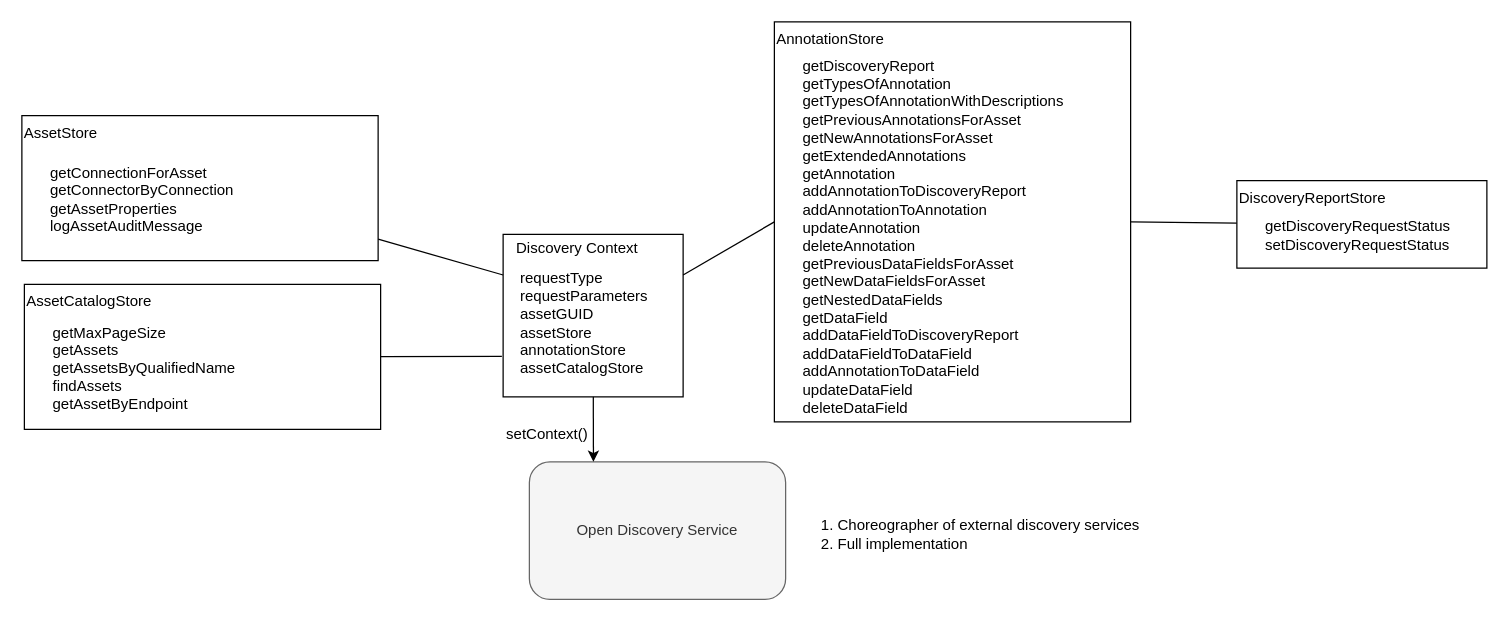
The draw.io diagram page "discovery-context" (6 of 6) of site/docs/frameworks/odf/open-discovery.drawio in odpi/egeria-docs, before the edit. Source tidied: cells renumbered, new cells numbered last; positions are measured from the earlier drawing's top-left corner, leaving out a move shared by most shapes. Both pictures are drawn from the tidied source at 125%, with x=0, y=0 at pixel (21, 21).
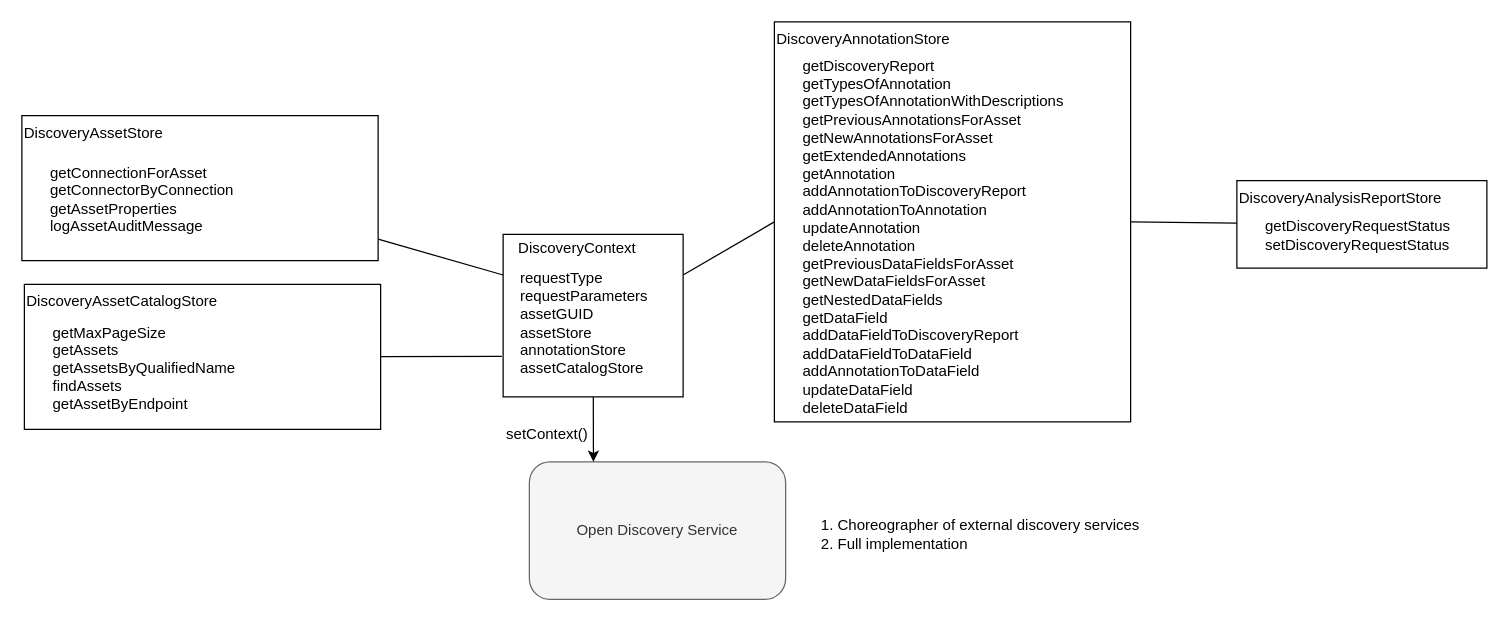
After the change.

The edit, as a diff of the source:
```diff
@@
-    <mxCell id="6" value="Discovery Context" style="text;html=1;align=center;verticalAlign=middle;" parent="1" vertex="1">
+    <mxCell id="6" value="DiscoveryContext" style="text;html=1;align=center;verticalAlign=middle;" parent="1" vertex="1">
       <mxGeometry x="389" y="171" width="110" height="20" as="geometry" />
     </mxCell>
@@
-    <mxCell id="10" value="AssetCatalogStore" style="rounded=0;whiteSpace=wrap;html=1;strokeColor=#000000;strokeWidth=1;align=left;verticalAlign=top;" parent="1" vertex="1">
+    <mxCell id="10" value="DiscoveryAssetCatalogStore" style="rounded=0;whiteSpace=wrap;html=1;strokeColor=#000000;strokeWidth=1;align=left;verticalAlign=top;" parent="1" vertex="1">
       <mxGeometry x="2" y="210" width="285" height="116" as="geometry" />
     </mxCell>
@@
-    <mxCell id="13" value="AssetStore" style="rounded=0;whiteSpace=wrap;html=1;strokeColor=#000000;strokeWidth=1;align=left;verticalAlign=top;" parent="1" vertex="1">
+    <mxCell id="13" value="DiscoveryAssetStore" style="rounded=0;whiteSpace=wrap;html=1;strokeColor=#000000;strokeWidth=1;align=left;verticalAlign=top;" parent="1" vertex="1">
       <mxGeometry y="75" width="285" height="116" as="geometry" />
     </mxCell>
@@
-    <mxCell id="16" value="AnnotationStore" style="rounded=0;whiteSpace=wrap;html=1;strokeColor=#000000;strokeWidth=1;align=left;verticalAlign=top;" parent="1" vertex="1">
+    <mxCell id="16" value="DiscoveryAnnotationStore" style="rounded=0;whiteSpace=wrap;html=1;strokeColor=#000000;strokeWidth=1;align=left;verticalAlign=top;" parent="1" vertex="1">
       <mxGeometry x="602" width="285" height="320" as="geometry" />
     </mxCell>
@@
-    <mxCell id="19" value="DiscoveryReportStore" style="rounded=0;whiteSpace=wrap;html=1;strokeColor=#000000;strokeWidth=1;align=left;verticalAlign=top;" parent="1" vertex="1">
+    <mxCell id="19" value="DiscoveryAnalysisReportStore" style="rounded=0;whiteSpace=wrap;html=1;strokeColor=#000000;strokeWidth=1;align=left;verticalAlign=top;" parent="1" vertex="1">
       <mxGeometry x="972" y="127" width="200" height="70" as="geometry" />
     </mxCell>
```
